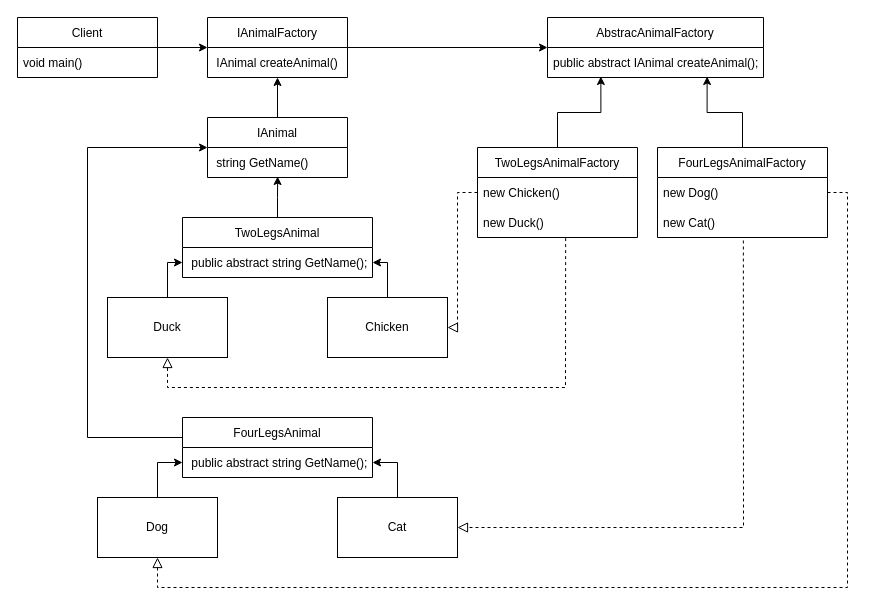
Before: Abstract Factory.drawio in haihak/haihak, a draw.io diagram. Source tidied: cells renumbered, new cells numbered last; positions are measured from the earlier drawing's top-left corner, leaving out a move shared by most shapes. Both pictures are drawn from the tidied source at 100%, with x=0, y=0 at pixel (17, 17).
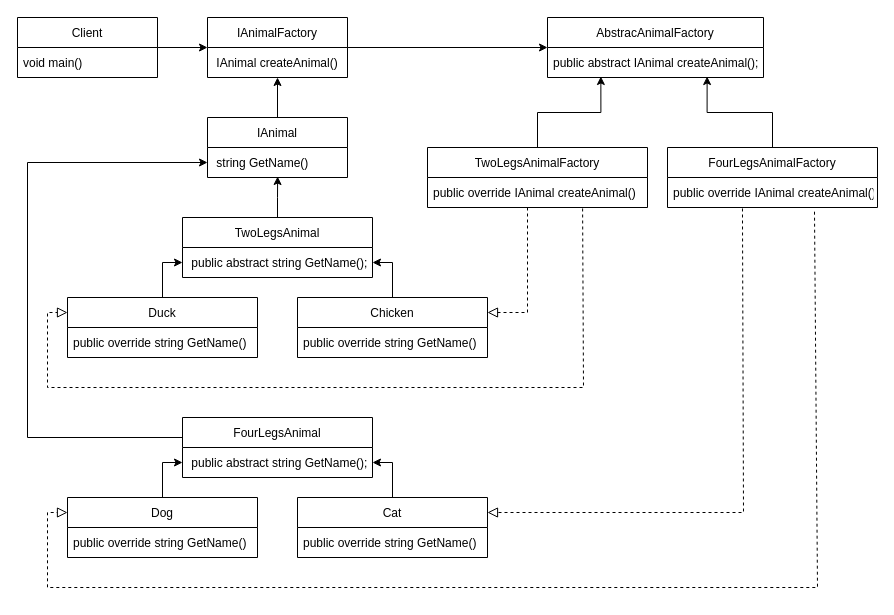
After the change.

The change refers to these unchanged cells:
```xml
<mxCell id="24" value=" public abstract string GetName();" style="text;strokeColor=none;fillColor=none;align=left;verticalAlign=middle;spacingLeft=4;spacingRight=4;overflow=hidden;points=[[0,0.5],[1,0.5]];portConstraint=eastwest;" parent="23" vertex="1">
  <mxGeometry y="30" width="190" height="30" as="geometry" />
</mxCell>
<mxCell id="26" value="FourLegsAnimal" style="swimlane;fontStyle=0;horizontal=1;startSize=30;" parent="1" vertex="1">
  <mxGeometry x="165" y="400" width="190" height="60" as="geometry" />
</mxCell>
<mxCell id="27" value=" public abstract string GetName();" style="text;strokeColor=none;fillColor=none;align=left;verticalAlign=middle;spacingLeft=4;spacingRight=4;overflow=hidden;points=[[0,0.5],[1,0.5]];portConstraint=eastwest;" parent="26" vertex="1">
  <mxGeometry y="30" width="190" height="30" as="geometry" />
</mxCell>
<mxCell id="35" value="IAnimal" style="swimlane;fontStyle=0;horizontal=1;startSize=30;" parent="1" vertex="1">
  <mxGeometry x="190" y="100" width="140" height="60" as="geometry" />
</mxCell>
<mxCell id="36" value=" string GetName()" style="text;strokeColor=none;fillColor=none;align=left;verticalAlign=middle;spacingLeft=4;spacingRight=4;overflow=hidden;points=[[0,0.5],[1,0.5]];portConstraint=eastwest;" parent="35" vertex="1">
  <mxGeometry y="30" width="140" height="30" as="geometry" />
</mxCell>
```

Diff of the diagram source:
```diff
@@
     <mxCell id="3" value="TwoLegsAnimalFactory" style="swimlane;fontStyle=0;horizontal=1;startSize=30;" parent="1" vertex="1">
-      <mxGeometry x="460" y="130" width="160" height="90" as="geometry" />
+      <mxGeometry x="410" y="130" width="220" height="60" as="geometry" />
     </mxCell>
-    <mxCell id="4" value="new Chicken()" style="text;strokeColor=none;fillColor=none;align=left;verticalAlign=middle;spacingLeft=4;spacingRight=4;overflow=hidden;points=[[0,0.5],[1,0.5]];portConstraint=eastwest;" parent="3" vertex="1">
-      <mxGeometry y="30" width="160" height="30" as="geometry" />
+    <mxCell id="4" value="public override IAnimal createAnimal()" style="text;strokeColor=none;fillColor=none;align=left;verticalAlign=middle;spacingLeft=4;spacingRight=4;overflow=hidden;points=[[0,0.5],[1,0.5]];portConstraint=eastwest;" parent="3" vertex="1">
+      <mxGeometry y="30" width="220" height="30" as="geometry" />
     </mxCell>
-    <mxCell id="5" value="new Duck()" style="text;strokeColor=none;fillColor=none;align=left;verticalAlign=middle;spacingLeft=4;spacingRight=4;overflow=hidden;points=[[0,0.5],[1,0.5]];portConstraint=eastwest;" parent="3" vertex="1">
-      <mxGeometry y="60" width="160" height="30" as="geometry" />
-    </mxCell>
@@
     <mxCell id="7" value="FourLegsAnimalFactory" style="swimlane;fontStyle=0;horizontal=1;startSize=30;" parent="1" vertex="1">
-      <mxGeometry x="640" y="130" width="170" height="90" as="geometry" />
+      <mxGeometry x="650" y="130" width="210" height="60" as="geometry" />
     </mxCell>
-    <mxCell id="8" value="new Dog()" style="text;strokeColor=none;fillColor=none;align=left;verticalAlign=middle;spacingLeft=4;spacingRight=4;overflow=hidden;points=[[0,0.5],[1,0.5]];portConstraint=eastwest;" parent="7" vertex="1">
-      <mxGeometry y="30" width="170" height="30" as="geometry" />
+    <mxCell id="8" value="public override IAnimal createAnimal()" style="text;strokeColor=none;fillColor=none;align=left;verticalAlign=middle;spacingLeft=4;spacingRight=4;overflow=hidden;points=[[0,0.5],[1,0.5]];portConstraint=eastwest;" parent="7" vertex="1">
+      <mxGeometry y="30" width="210" height="30" as="geometry" />
     </mxCell>
-    <mxCell id="9" value="new Cat()" style="text;strokeColor=none;fillColor=none;align=left;verticalAlign=middle;spacingLeft=4;spacingRight=4;overflow=hidden;points=[[0,0.5],[1,0.5]];portConstraint=eastwest;" parent="7" vertex="1">
-      <mxGeometry y="60" width="170" height="30" as="geometry" />
-    </mxCell>
-    <mxCell id="10" style="edgeStyle=orthogonalEdgeStyle;rounded=0;jettySize=auto;html=1;entryX=0;entryY=0.5;entryDx=0;entryDy=0;" parent="1" edge="1" source="11" target="24">
-      <mxGeometry relative="1" as="geometry">
-        <Array as="points">
-          <mxPoint x="150" y="245" />
-        </Array>
-      </mxGeometry>
-    </mxCell>
-    <mxCell id="11" value="Duck" style="rounded=0;whiteSpace=wrap;html=1;" parent="1" vertex="1">
-      <mxGeometry x="90" y="280" width="120" height="60" as="geometry" />
-    </mxCell>
-    <mxCell id="12" style="edgeStyle=orthogonalEdgeStyle;rounded=0;jettySize=auto;html=1;exitX=0.5;exitY=0;exitDx=0;exitDy=0;entryX=1;entryY=0.5;entryDx=0;entryDy=0;" parent="1" edge="1" source="13" target="24">
-      <mxGeometry relative="1" as="geometry">
-        <Array as="points">
-          <mxPoint x="370" y="245" />
-        </Array>
-      </mxGeometry>
-    </mxCell>
-    <mxCell id="13" value="Chicken" style="rounded=0;whiteSpace=wrap;html=1;" parent="1" vertex="1">
-      <mxGeometry x="310" y="280" width="120" height="60" as="geometry" />
-    </mxCell>
-    <mxCell id="14" style="endArrow=block;startArrow=none;endFill=0;startFill=0;endSize=8;html=1;verticalAlign=bottom;dashed=1;labelBackgroundColor=none;rounded=0;exitX=0;exitY=0.5;exitDx=0;exitDy=0;entryX=1;entryY=0.5;entryDx=0;entryDy=0;" parent="1" edge="1" source="4" target="13">
-      <mxGeometry relative="1" as="geometry">
-        <Array as="points">
-          <mxPoint x="440" y="175" />
-          <mxPoint x="440" y="310" />
-        </Array>
-      </mxGeometry>
-    </mxCell>
-    <mxCell id="15" style="endArrow=block;startArrow=none;endFill=0;startFill=0;endSize=8;html=1;verticalAlign=bottom;dashed=1;labelBackgroundColor=none;rounded=0;exitX=0.551;exitY=1.02;exitDx=0;exitDy=0;exitPerimeter=0;entryX=0.5;entryY=1;entryDx=0;entryDy=0;" parent="1" edge="1" source="5" target="11">
+    <mxCell id="15" style="endArrow=block;startArrow=none;endFill=0;startFill=0;endSize=8;html=1;verticalAlign=bottom;dashed=1;labelBackgroundColor=none;rounded=0;exitX=0.705;exitY=1.033;exitDx=0;exitDy=0;exitPerimeter=0;entryX=0;entryY=0.25;entryDx=0;entryDy=0;" parent="1" edge="1" source="4" target="11">
       <mxGeometry relative="1" as="geometry">
         <Array as="points">
-          <mxPoint x="548" y="370" />
-          <mxPoint x="350" y="370" />
-          <mxPoint x="150" y="370" />
+          <mxPoint x="566" y="370" />
+          <mxPoint x="30" y="370" />
+          <mxPoint x="30" y="295" />
         </Array>
       </mxGeometry>
     </mxCell>
-    <mxCell id="16" style="edgeStyle=orthogonalEdgeStyle;rounded=0;jettySize=auto;html=1;entryX=0;entryY=0.5;entryDx=0;entryDy=0;" parent="1" edge="1" source="17" target="27">
-      <mxGeometry relative="1" as="geometry" />
-    </mxCell>
-    <mxCell id="17" value="Dog" style="rounded=0;whiteSpace=wrap;html=1;" parent="1" vertex="1">
-      <mxGeometry x="80" y="480" width="120" height="60" as="geometry" />
-    </mxCell>
-    <mxCell id="18" style="edgeStyle=orthogonalEdgeStyle;rounded=0;jettySize=auto;html=1;entryX=1;entryY=0.5;entryDx=0;entryDy=0;" parent="1" edge="1" source="19" target="27">
-      <mxGeometry relative="1" as="geometry" />
-    </mxCell>
-    <mxCell id="19" value="Cat" style="rounded=0;whiteSpace=wrap;html=1;" parent="1" vertex="1">
-      <mxGeometry x="320" y="480" width="120" height="60" as="geometry" />
-    </mxCell>
-    <mxCell id="20" style="endArrow=block;startArrow=none;endFill=0;startFill=0;endSize=8;html=1;verticalAlign=bottom;dashed=1;labelBackgroundColor=none;rounded=0;exitX=0.505;exitY=1.1;exitDx=0;exitDy=0;exitPerimeter=0;entryX=1;entryY=0.5;entryDx=0;entryDy=0;" parent="1" edge="1" source="9" target="19">
+    <mxCell id="20" style="endArrow=block;startArrow=none;endFill=0;startFill=0;endSize=8;html=1;verticalAlign=bottom;dashed=1;labelBackgroundColor=none;rounded=0;exitX=0.357;exitY=1.033;exitDx=0;exitDy=0;exitPerimeter=0;entryX=1;entryY=0.25;entryDx=0;entryDy=0;" parent="1" edge="1" source="8" target="19">
       <mxGeometry relative="1" as="geometry">
         <Array as="points">
-          <mxPoint x="726" y="510" />
+          <mxPoint x="726" y="495" />
         </Array>
       </mxGeometry>
     </mxCell>
-    <mxCell id="21" style="endArrow=block;startArrow=none;endFill=0;startFill=0;endSize=8;html=1;verticalAlign=bottom;dashed=1;labelBackgroundColor=none;rounded=0;exitX=1;exitY=0.5;exitDx=0;exitDy=0;entryX=0.5;entryY=1;entryDx=0;entryDy=0;" parent="1" edge="1" source="8" target="17">
+    <mxCell id="21" style="endArrow=block;startArrow=none;endFill=0;startFill=0;endSize=8;html=1;verticalAlign=bottom;dashed=1;labelBackgroundColor=none;rounded=0;exitX=0.7;exitY=1.14;exitDx=0;exitDy=0;entryX=0;entryY=0.25;entryDx=0;entryDy=0;exitPerimeter=0;" parent="1" edge="1" source="8" target="17">
       <mxGeometry relative="1" as="geometry">
         <Array as="points">
-          <mxPoint x="830" y="175" />
-          <mxPoint x="830" y="570" />
-          <mxPoint x="510" y="570" />
-          <mxPoint x="140" y="570" />
+          <mxPoint x="800" y="570" />
+          <mxPoint x="30" y="570" />
+          <mxPoint x="30" y="495" />
         </Array>
       </mxGeometry>
     </mxCell>
@@
-    <mxCell id="25" style="edgeStyle=orthogonalEdgeStyle;rounded=0;jettySize=auto;html=1;entryX=0;entryY=0.5;entryDx=0;entryDy=0;" parent="1" edge="1" source="26" target="35">
+    <mxCell id="25" style="edgeStyle=orthogonalEdgeStyle;rounded=0;jettySize=auto;html=1;entryX=0;entryY=0.5;entryDx=0;entryDy=0;" parent="1" edge="1" source="26" target="36">
       <mxGeometry relative="1" as="geometry">
         <Array as="points">
-          <mxPoint x="70" y="420" />
-          <mxPoint x="70" y="130" />
+          <mxPoint x="10" y="420" />
+          <mxPoint x="10" y="145" />
         </Array>
       </mxGeometry>
     </mxCell>
@@
+    <mxCell id="10" style="edgeStyle=orthogonalEdgeStyle;rounded=0;jettySize=auto;html=1;entryX=0;entryY=0.5;entryDx=0;entryDy=0;" parent="1" edge="1" source="11" target="24">
+      <mxGeometry relative="1" as="geometry" />
+    </mxCell>
+    <mxCell id="11" value="Duck" style="swimlane;fontStyle=0;horizontal=1;startSize=30;" parent="1" vertex="1">
+      <mxGeometry x="50" y="280" width="190" height="60" as="geometry" />
+    </mxCell>
+    <mxCell id="39" value="public override string GetName()" style="text;strokeColor=none;fillColor=none;align=left;verticalAlign=middle;spacingLeft=4;spacingRight=4;overflow=hidden;" parent="11" vertex="1">
+      <mxGeometry y="30" width="190" height="30" as="geometry" />
+    </mxCell>
+    <mxCell id="12" style="edgeStyle=orthogonalEdgeStyle;rounded=0;jettySize=auto;html=1;entryX=1;entryY=0.5;entryDx=0;entryDy=0;" parent="1" edge="1" source="13" target="24">
+      <mxGeometry relative="1" as="geometry" />
+    </mxCell>
+    <mxCell id="13" value="Chicken" style="swimlane;fontStyle=0;horizontal=1;startSize=30;" parent="1" vertex="1">
+      <mxGeometry x="280" y="280" width="190" height="60" as="geometry" />
+    </mxCell>
+    <mxCell id="40" value="public override string GetName()" style="text;strokeColor=none;fillColor=none;align=left;verticalAlign=middle;spacingLeft=4;spacingRight=4;overflow=hidden;" parent="13" vertex="1">
+      <mxGeometry y="30" width="190" height="30" as="geometry" />
+    </mxCell>
+    <mxCell id="41" style="endArrow=block;startArrow=none;endFill=0;startFill=0;endSize=8;html=1;verticalAlign=bottom;dashed=1;labelBackgroundColor=none;rounded=0;entryX=1;entryY=0.25;entryDx=0;entryDy=0;" parent="1" edge="1" target="13">
+      <mxGeometry relative="1" as="geometry">
+        <mxPoint x="510" y="190" as="sourcePoint" />
+        <Array as="points">
+          <mxPoint x="510" y="220" />
+          <mxPoint x="510" y="250" />
+          <mxPoint x="510" y="295" />
+        </Array>
+      </mxGeometry>
+    </mxCell>
+    <mxCell id="16" style="edgeStyle=orthogonalEdgeStyle;rounded=0;jettySize=auto;html=1;entryX=0;entryY=0.5;entryDx=0;entryDy=0;" parent="1" edge="1" source="17" target="27">
+      <mxGeometry relative="1" as="geometry" />
+    </mxCell>
+    <mxCell id="17" value="Dog" style="swimlane;fontStyle=0;horizontal=1;startSize=30;" parent="1" vertex="1">
+      <mxGeometry x="50" y="480" width="190" height="60" as="geometry" />
+    </mxCell>
+    <mxCell id="42" value="public override string GetName()" style="text;strokeColor=none;fillColor=none;align=left;verticalAlign=middle;spacingLeft=4;spacingRight=4;overflow=hidden;" parent="17" vertex="1">
+      <mxGeometry y="30" width="190" height="30" as="geometry" />
+    </mxCell>
+    <mxCell id="18" style="edgeStyle=orthogonalEdgeStyle;rounded=0;jettySize=auto;html=1;entryX=1;entryY=0.5;entryDx=0;entryDy=0;" parent="1" edge="1" source="19" target="27">
+      <mxGeometry relative="1" as="geometry" />
+    </mxCell>
+    <mxCell id="19" value="Cat" style="swimlane;fontStyle=0;horizontal=1;startSize=30;" parent="1" vertex="1">
+      <mxGeometry x="280" y="480" width="190" height="60" as="geometry" />
+    </mxCell>
+    <mxCell id="43" value="public override string GetName()" style="text;strokeColor=none;fillColor=none;align=left;verticalAlign=middle;spacingLeft=4;spacingRight=4;overflow=hidden;" parent="19" vertex="1">
+      <mxGeometry y="30" width="190" height="30" as="geometry" />
+    </mxCell>
```
